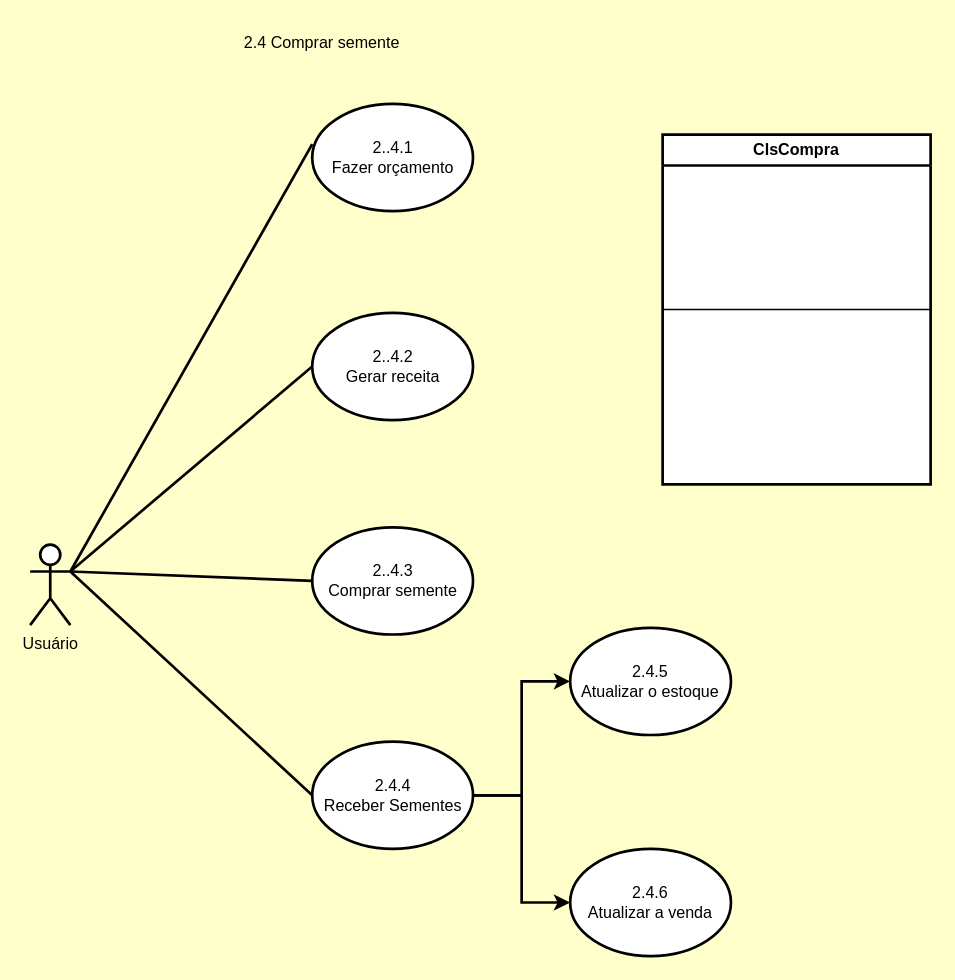
This is page "Cópia do Página-1" (3 of 4) of Tarefa1.drawio from ZardsMK/Trabahlo-DrawIO, a draw.io file, before an edit. Source tidied: cells renumbered, new cells numbered last; positions are measured from the earlier drawing's top-left corner, leaving out a move shared by most shapes. Both pictures are drawn from the tidied source at 134%, with x=0, y=0 at pixel (29, 23).
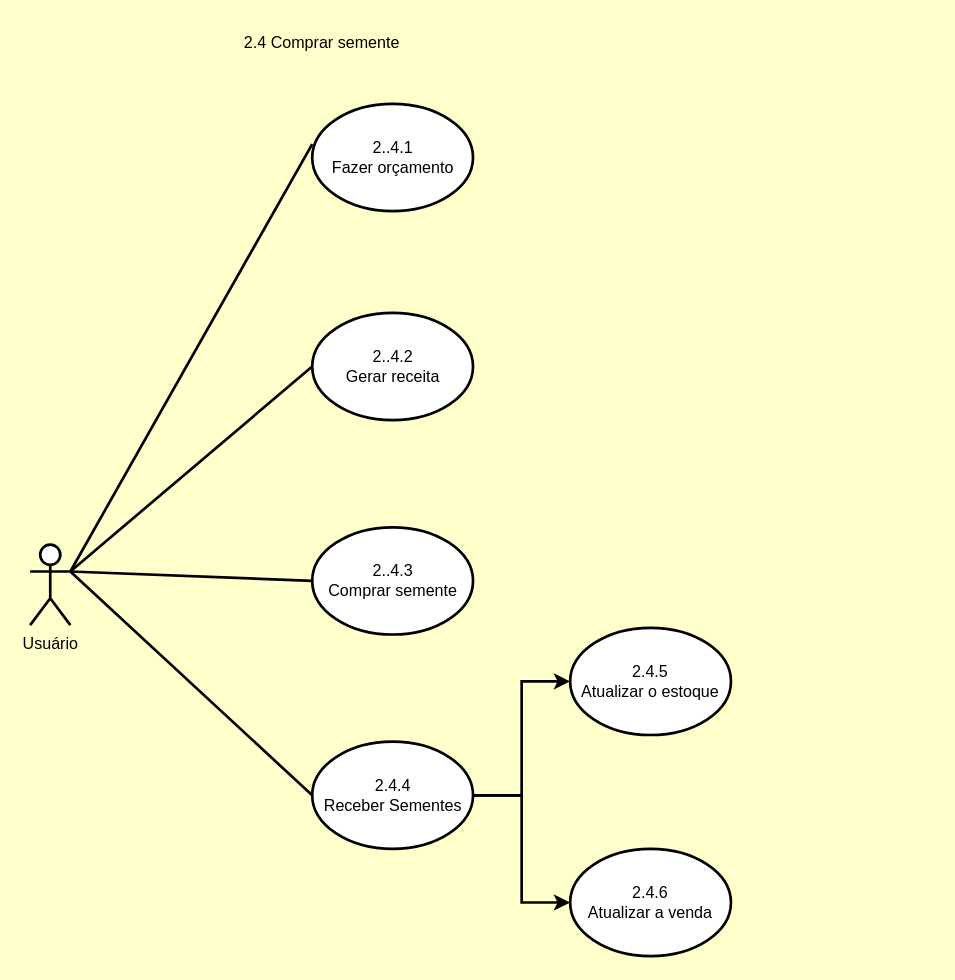
The same page after the edit.

Change to the diagram source:
```diff
@@
 <mxGraphModel background="#FFFFCC">
   <root>
     <mxCell id="0" />
     <mxCell id="1" parent="0" />
     <mxCell id="2" value="2.4 Comprar semente" style="text;html=1;align=center;verticalAlign=middle;whiteSpace=wrap;rounded=0;strokeWidth=2;" parent="1" vertex="1">
       <mxGeometry x="123" width="190" height="30" as="geometry" />
     </mxCell>
     <mxCell id="3" value="Usuário" style="shape=umlActor;verticalLabelPosition=bottom;verticalAlign=top;html=1;outlineConnect=0;strokeWidth=2;" parent="1" vertex="1">
       <mxGeometry y="389" width="30" height="60" as="geometry" />
     </mxCell>
     <mxCell id="4" style="endArrow=none;html=1;rounded=0;entryX=0;entryY=0.5;entryDx=0;entryDy=0;exitX=1;exitY=0.3333333333333333;exitDx=0;exitDy=0;exitPerimeter=0;strokeWidth=2;" parent="1" edge="1" source="3">
       <mxGeometry relative="1" as="geometry">
         <mxPoint x="210.5" y="90" as="targetPoint" />
       </mxGeometry>
     </mxCell>
     <mxCell id="5" value="&lt;div&gt;2..4.1&lt;/div&gt;&lt;div&gt;Fazer orçamento&lt;/div&gt;" style="ellipse;whiteSpace=wrap;html=1;strokeWidth=2;" parent="1" vertex="1">
       <mxGeometry x="210.5" y="60" width="120" height="80" as="geometry" />
     </mxCell>
-    <mxCell id="6" value="ClsCompra" style="swimlane;whiteSpace=wrap;html=1;fillColor=default;swimlaneFillColor=default;strokeWidth=2;" parent="1" vertex="1">
-      <mxGeometry x="472" y="83" width="200" height="261" as="geometry" />
-    </mxCell>
     <mxCell id="7" value="&lt;div&gt;2..4.2&lt;/div&gt;&lt;div&gt;Gerar receita&lt;/div&gt;" style="ellipse;whiteSpace=wrap;html=1;strokeWidth=2;" parent="1" vertex="1">
       <mxGeometry x="210.5" y="216" width="120" height="80" as="geometry" />
     </mxCell>
     <mxCell id="8" style="edgeStyle=orthogonalEdgeStyle;rounded=0;jettySize=auto;html=1;exitX=1;exitY=0.5;exitDx=0;exitDy=0;entryX=0;entryY=0.5;entryDx=0;entryDy=0;strokeWidth=2;" parent="1" edge="1" source="10" target="12">
       <mxGeometry relative="1" as="geometry" />
     </mxCell>
     <mxCell id="9" value="&lt;div&gt;2..4.3&lt;/div&gt;&lt;div&gt;Comprar semente&lt;/div&gt;" style="ellipse;whiteSpace=wrap;html=1;strokeWidth=2;" parent="1" vertex="1">
       <mxGeometry x="210.5" y="376" width="120" height="80" as="geometry" />
     </mxCell>
     <mxCell id="10" value="&lt;div&gt;2.4.4&lt;/div&gt;&lt;div&gt;Receber Sementes&lt;/div&gt;" style="ellipse;whiteSpace=wrap;html=1;strokeWidth=2;" parent="1" vertex="1">
       <mxGeometry x="210.5" y="536" width="120" height="80" as="geometry" />
     </mxCell>
     <mxCell id="11" style="endArrow=none;html=1;rounded=0;entryX=0;entryY=0.5;entryDx=0;entryDy=0;exitX=1;exitY=0.3333333333333333;exitDx=0;exitDy=0;exitPerimeter=0;strokeWidth=2;" parent="1" edge="1" source="3" target="7">
       <mxGeometry relative="1" as="geometry" />
     </mxCell>
     <mxCell id="12" value="&lt;div&gt;2.4.5&lt;/div&gt;&lt;div&gt;&lt;span style=&quot;background-color: transparent; color: light-dark(rgb(0, 0, 0), rgb(255, 255, 255));&quot;&gt;Atualizar o estoque&lt;/span&gt;&lt;/div&gt;" style="ellipse;whiteSpace=wrap;html=1;strokeWidth=2;" parent="1" vertex="1">
       <mxGeometry x="403" y="451" width="120" height="80" as="geometry" />
     </mxCell>
     <mxCell id="13" value="&lt;div&gt;2.4.6&lt;/div&gt;&lt;div&gt;Atualizar a venda&lt;/div&gt;" style="ellipse;whiteSpace=wrap;html=1;strokeWidth=2;" parent="1" vertex="1">
       <mxGeometry x="403" y="616" width="120" height="80" as="geometry" />
     </mxCell>
     <mxCell id="14" style="edgeStyle=orthogonalEdgeStyle;rounded=0;jettySize=auto;html=1;exitX=1;exitY=0.5;exitDx=0;exitDy=0;strokeWidth=2;" parent="1" edge="1" source="10" target="13">
       <mxGeometry relative="1" as="geometry" />
     </mxCell>
     <mxCell id="15" style="endArrow=none;html=1;rounded=0;exitX=1;exitY=0.3333333333333333;exitDx=0;exitDy=0;exitPerimeter=0;entryX=0;entryY=0.5;entryDx=0;entryDy=0;strokeWidth=2;" parent="1" edge="1" source="3" target="9">
       <mxGeometry relative="1" as="geometry" />
     </mxCell>
     <mxCell id="16" style="endArrow=none;html=1;rounded=0;entryX=0;entryY=0.5;entryDx=0;entryDy=0;exitX=1;exitY=0.3333333333333333;exitDx=0;exitDy=0;exitPerimeter=0;strokeWidth=2;" parent="1" edge="1" source="3" target="10">
       <mxGeometry relative="1" as="geometry" />
     </mxCell>
-    <mxCell id="17" style="endArrow=none;html=1;rounded=0;exitX=0;exitY=0.5;exitDx=0;exitDy=0;entryX=1;entryY=0.5;entryDx=0;entryDy=0;" parent="1" edge="1" source="6" target="6">
-      <mxGeometry relative="1" as="geometry" />
-    </mxCell>
   </root>
 </mxGraphModel>
```
